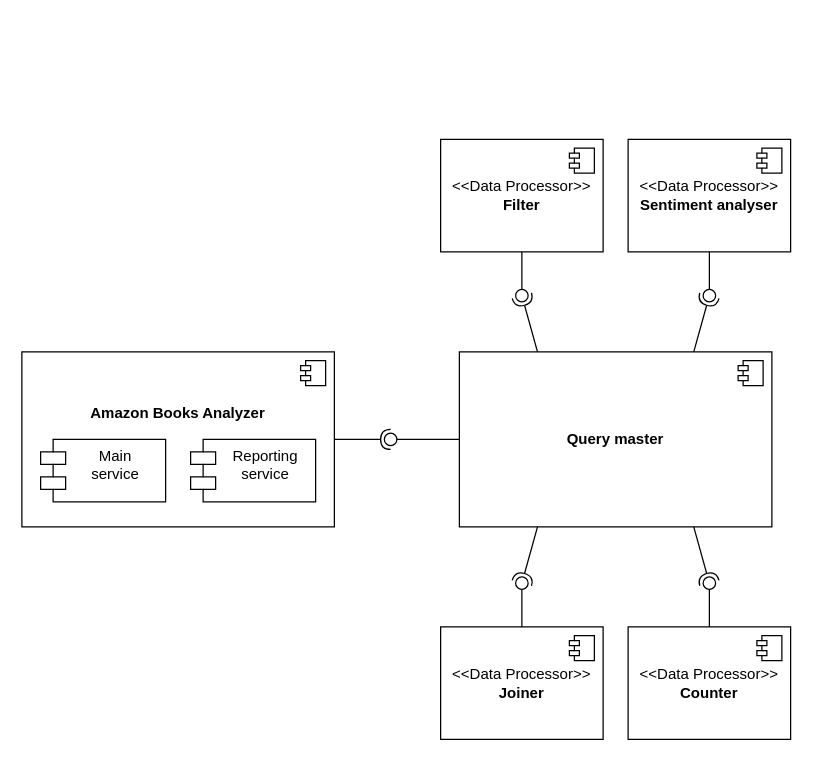
This is page "Diagrama de componentes" (5 of 6) of diagrams/diagramas.drawio from mateogdupont/escalabilidad, a draw.io file, before an edit. Source tidied: cells renumbered, new cells numbered last; positions are measured from the earlier drawing's top-left corner, leaving out a move shared by most shapes. Both pictures are drawn from the tidied source at 125%, with x=0, y=0 at pixel (21, 139).
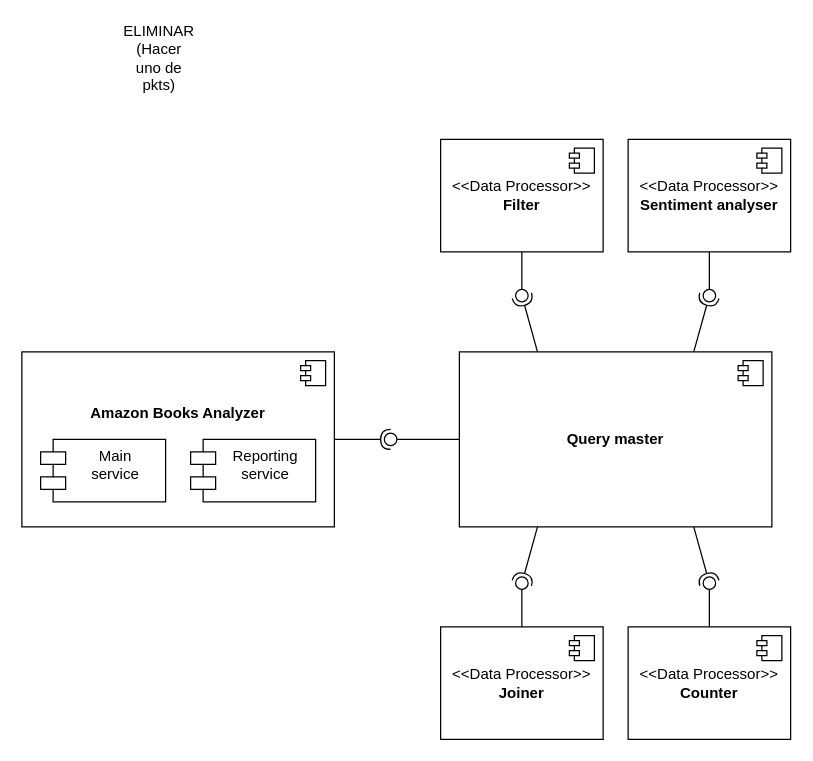
Above is the later version.

The edit, as a diff of the source:
```diff
@@
+    <mxCell id="31" value="ELIMINAR (Hacer uno de pkts)" style="text;html=1;align=center;verticalAlign=middle;whiteSpace=wrap;rounded=0;" parent="1" vertex="1">
+      <mxGeometry x="80" y="-80" width="60" height="30" as="geometry" />
+    </mxCell>
```
